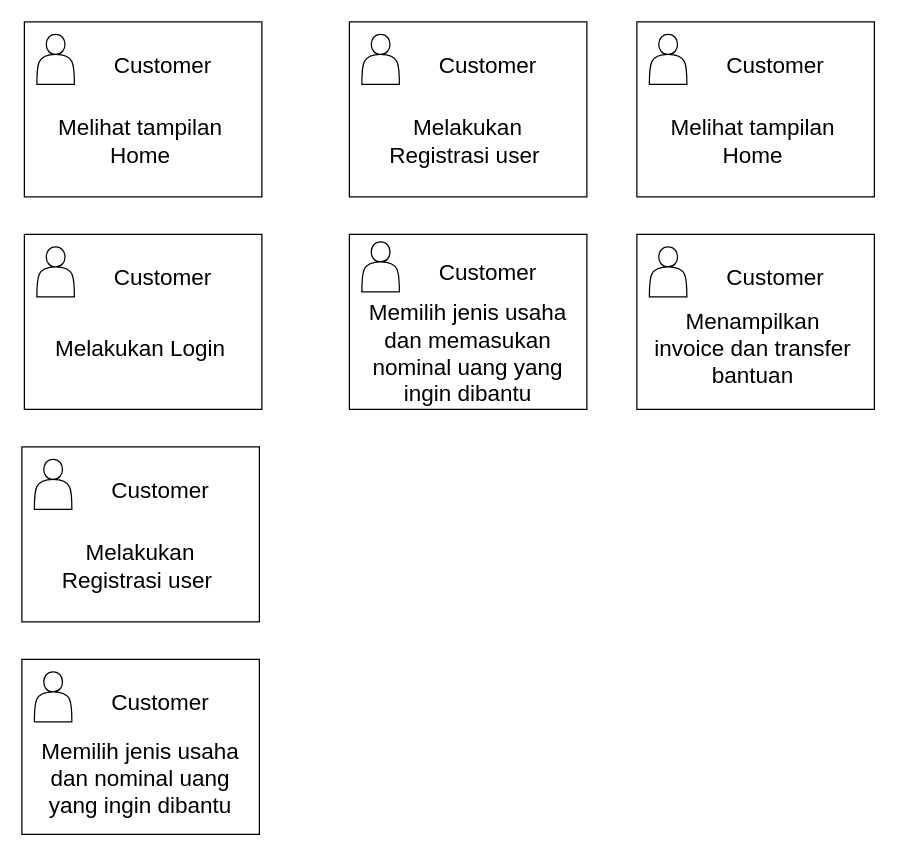
Before: Untitled Diagram.drawio in franky19/Kuliah, a draw.io diagram. Source tidied: cells renumbered, new cells numbered last; positions are measured from the earlier drawing's top-left corner, leaving out a move shared by most shapes. Both pictures are drawn from the tidied source at 125%, with x=0, y=0 at pixel (21, 21).
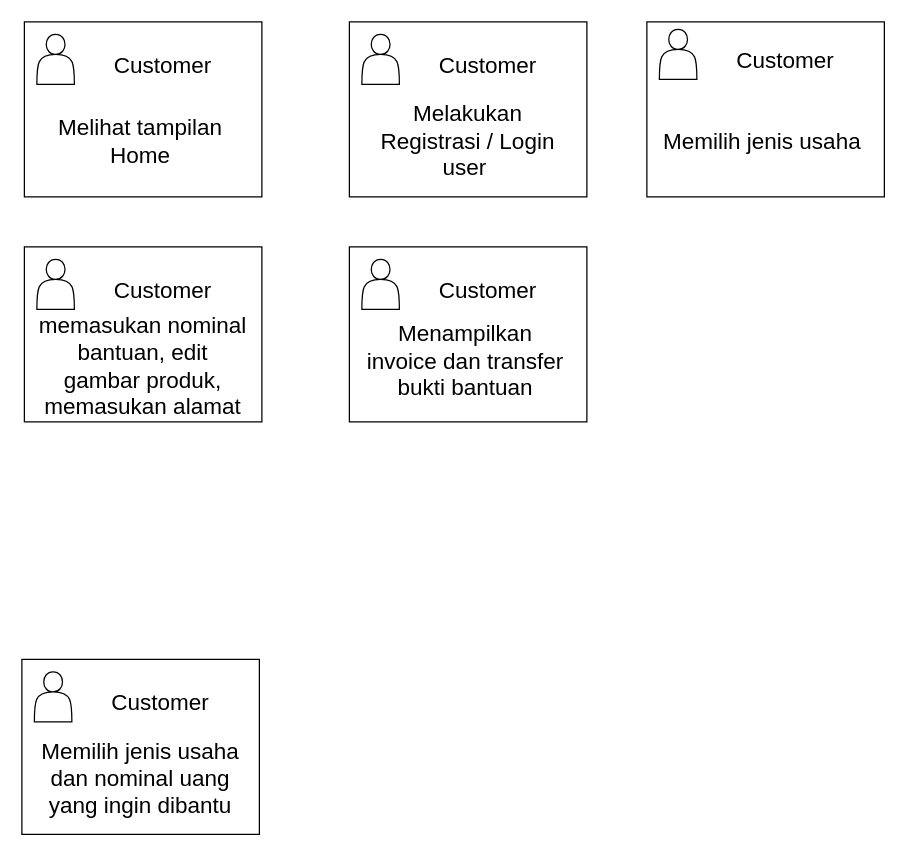
After the change.

Commit message:
update user story customer

What changed in the source:
```diff
@@
-    <mxCell id="9" value="&lt;span style=&quot;font-size: 18px&quot;&gt;Melakukan Registrasi user&amp;nbsp;&lt;/span&gt;" style="text;html=1;strokeColor=none;fillColor=none;align=center;verticalAlign=middle;whiteSpace=wrap;rounded=0;" parent="1" vertex="1">
+    <mxCell id="9" value="&lt;span style=&quot;font-size: 18px&quot;&gt;Melakukan Registrasi / Login user&amp;nbsp;&lt;/span&gt;" style="text;html=1;strokeColor=none;fillColor=none;align=center;verticalAlign=middle;whiteSpace=wrap;rounded=0;" parent="1" vertex="1">
       <mxGeometry x="272" y="61" width="170" height="70" as="geometry" />
     </mxCell>
-    <mxCell id="10" style="verticalLabelPosition=bottom;verticalAlign=top;html=1;shape=mxgraph.basic.rect;fillColor2=none;strokeWidth=1;size=20;indent=5;" parent="1" vertex="1">
-      <mxGeometry x="2" y="170" width="190" height="140" as="geometry" />
-    </mxCell>
-    <mxCell id="11" style="shape=actor;whiteSpace=wrap;html=1;" parent="1" vertex="1">
-      <mxGeometry x="12" y="180" width="30" height="40" as="geometry" />
-    </mxCell>
-    <mxCell id="12" value="&lt;font style=&quot;font-size: 18px&quot;&gt;Customer&lt;/font&gt;" style="text;html=1;strokeColor=none;fillColor=none;align=center;verticalAlign=middle;whiteSpace=wrap;rounded=0;" parent="1" vertex="1">
-      <mxGeometry x="63" y="190" width="100" height="30" as="geometry" />
-    </mxCell>
-    <mxCell id="13" value="&lt;span style=&quot;font-size: 18px&quot;&gt;Melakukan Login&lt;/span&gt;" style="text;html=1;strokeColor=none;fillColor=none;align=center;verticalAlign=middle;whiteSpace=wrap;rounded=0;" parent="1" vertex="1">
-      <mxGeometry x="10" y="227" width="170" height="70" as="geometry" />
-    </mxCell>
     <mxCell id="14" style="verticalLabelPosition=bottom;verticalAlign=top;html=1;shape=mxgraph.basic.rect;fillColor2=none;strokeWidth=1;size=20;indent=5;" parent="1" vertex="1">
-      <mxGeometry x="262" y="170" width="190" height="140" as="geometry" />
+      <mxGeometry x="500" width="190" height="140" as="geometry" />
     </mxCell>
     <mxCell id="15" style="shape=actor;whiteSpace=wrap;html=1;" parent="1" vertex="1">
-      <mxGeometry x="272" y="176" width="30" height="40" as="geometry" />
+      <mxGeometry x="510" y="6" width="30" height="40" as="geometry" />
     </mxCell>
     <mxCell id="16" value="&lt;font style=&quot;font-size: 18px&quot;&gt;Customer&lt;/font&gt;" style="text;html=1;strokeColor=none;fillColor=none;align=center;verticalAlign=middle;whiteSpace=wrap;rounded=0;" parent="1" vertex="1">
-      <mxGeometry x="323" y="186" width="100" height="30" as="geometry" />
+      <mxGeometry x="561" y="16" width="100" height="30" as="geometry" />
     </mxCell>
-    <mxCell id="17" value="&lt;span style=&quot;font-size: 18px&quot;&gt;Memilih jenis usaha dan memasukan nominal uang yang ingin dibantu&lt;/span&gt;" style="text;html=1;strokeColor=none;fillColor=none;align=center;verticalAlign=middle;whiteSpace=wrap;rounded=0;" parent="1" vertex="1">
-      <mxGeometry x="272" y="231" width="170" height="70" as="geometry" />
+    <mxCell id="17" value="&lt;span style=&quot;font-size: 18px&quot;&gt;Memilih jenis usaha&amp;nbsp;&lt;/span&gt;" style="text;html=1;strokeColor=none;fillColor=none;align=center;verticalAlign=middle;whiteSpace=wrap;rounded=0;" parent="1" vertex="1">
+      <mxGeometry x="510" y="61" width="170" height="70" as="geometry" />
     </mxCell>
-    <mxCell id="18" style="verticalLabelPosition=bottom;verticalAlign=top;html=1;shape=mxgraph.basic.rect;fillColor2=none;strokeWidth=1;size=20;indent=5;" parent="1" vertex="1">
-      <mxGeometry x="492" width="190" height="140" as="geometry" />
-    </mxCell>
-    <mxCell id="19" style="shape=actor;whiteSpace=wrap;html=1;" parent="1" vertex="1">
-      <mxGeometry x="502" y="10" width="30" height="40" as="geometry" />
-    </mxCell>
-    <mxCell id="20" value="&lt;font style=&quot;font-size: 18px&quot;&gt;Customer&lt;/font&gt;" style="text;html=1;strokeColor=none;fillColor=none;align=center;verticalAlign=middle;whiteSpace=wrap;rounded=0;" parent="1" vertex="1">
-      <mxGeometry x="553" y="20" width="100" height="30" as="geometry" />
-    </mxCell>
-    <mxCell id="21" value="&lt;span style=&quot;font-size: 18px&quot;&gt;Melihat tampilan Home&lt;/span&gt;" style="text;html=1;strokeColor=none;fillColor=none;align=center;verticalAlign=middle;whiteSpace=wrap;rounded=0;" parent="1" vertex="1">
-      <mxGeometry x="500" y="61" width="170" height="70" as="geometry" />
-    </mxCell>
     <mxCell id="22" style="verticalLabelPosition=bottom;verticalAlign=top;html=1;shape=mxgraph.basic.rect;fillColor2=none;strokeWidth=1;size=20;indent=5;" parent="1" vertex="1">
-      <mxGeometry y="340" width="190" height="140" as="geometry" />
+      <mxGeometry x="2" y="180" width="190" height="140" as="geometry" />
     </mxCell>
     <mxCell id="23" style="shape=actor;whiteSpace=wrap;html=1;" parent="1" vertex="1">
-      <mxGeometry x="10" y="350" width="30" height="40" as="geometry" />
+      <mxGeometry x="12" y="190" width="30" height="40" as="geometry" />
     </mxCell>
     <mxCell id="24" value="&lt;font style=&quot;font-size: 18px&quot;&gt;Customer&lt;/font&gt;" style="text;html=1;strokeColor=none;fillColor=none;align=center;verticalAlign=middle;whiteSpace=wrap;rounded=0;" parent="1" vertex="1">
-      <mxGeometry x="61" y="360" width="100" height="30" as="geometry" />
+      <mxGeometry x="63" y="200" width="100" height="30" as="geometry" />
     </mxCell>
-    <mxCell id="25" value="&lt;span style=&quot;font-size: 18px&quot;&gt;Melakukan Registrasi user&amp;nbsp;&lt;/span&gt;" style="text;html=1;strokeColor=none;fillColor=none;align=center;verticalAlign=middle;whiteSpace=wrap;rounded=0;" parent="1" vertex="1">
-      <mxGeometry x="10" y="401" width="170" height="70" as="geometry" />
+    <mxCell id="25" value="&lt;span style=&quot;font-size: 18px&quot;&gt;memasukan nominal bantuan, edit gambar produk, memasukan alamat&lt;/span&gt;" style="text;html=1;strokeColor=none;fillColor=none;align=center;verticalAlign=middle;whiteSpace=wrap;rounded=0;" parent="1" vertex="1">
+      <mxGeometry x="12" y="241" width="170" height="70" as="geometry" />
     </mxCell>
     <mxCell id="26" style="verticalLabelPosition=bottom;verticalAlign=top;html=1;shape=mxgraph.basic.rect;fillColor2=none;strokeWidth=1;size=20;indent=5;" parent="1" vertex="1">
-      <mxGeometry x="492" y="170" width="190" height="140" as="geometry" />
+      <mxGeometry x="262" y="180" width="190" height="140" as="geometry" />
     </mxCell>
     <mxCell id="27" style="shape=actor;whiteSpace=wrap;html=1;" parent="1" vertex="1">
-      <mxGeometry x="502" y="180" width="30" height="40" as="geometry" />
+      <mxGeometry x="272" y="190" width="30" height="40" as="geometry" />
     </mxCell>
     <mxCell id="28" value="&lt;font style=&quot;font-size: 18px&quot;&gt;Customer&lt;/font&gt;" style="text;html=1;strokeColor=none;fillColor=none;align=center;verticalAlign=middle;whiteSpace=wrap;rounded=0;" parent="1" vertex="1">
-      <mxGeometry x="553" y="190" width="100" height="30" as="geometry" />
+      <mxGeometry x="323" y="200" width="100" height="30" as="geometry" />
     </mxCell>
-    <mxCell id="29" value="&lt;span style=&quot;font-size: 18px&quot;&gt;Menampilkan invoice dan transfer bantuan&lt;/span&gt;" style="text;html=1;strokeColor=none;fillColor=none;align=center;verticalAlign=middle;whiteSpace=wrap;rounded=0;" parent="1" vertex="1">
-      <mxGeometry x="500" y="227" width="170" height="70" as="geometry" />
+    <mxCell id="29" value="&lt;span style=&quot;font-size: 18px&quot;&gt;Menampilkan invoice dan transfer bukti bantuan&lt;/span&gt;" style="text;html=1;strokeColor=none;fillColor=none;align=center;verticalAlign=middle;whiteSpace=wrap;rounded=0;" parent="1" vertex="1">
+      <mxGeometry x="270" y="237" width="170" height="70" as="geometry" />
     </mxCell>
```
